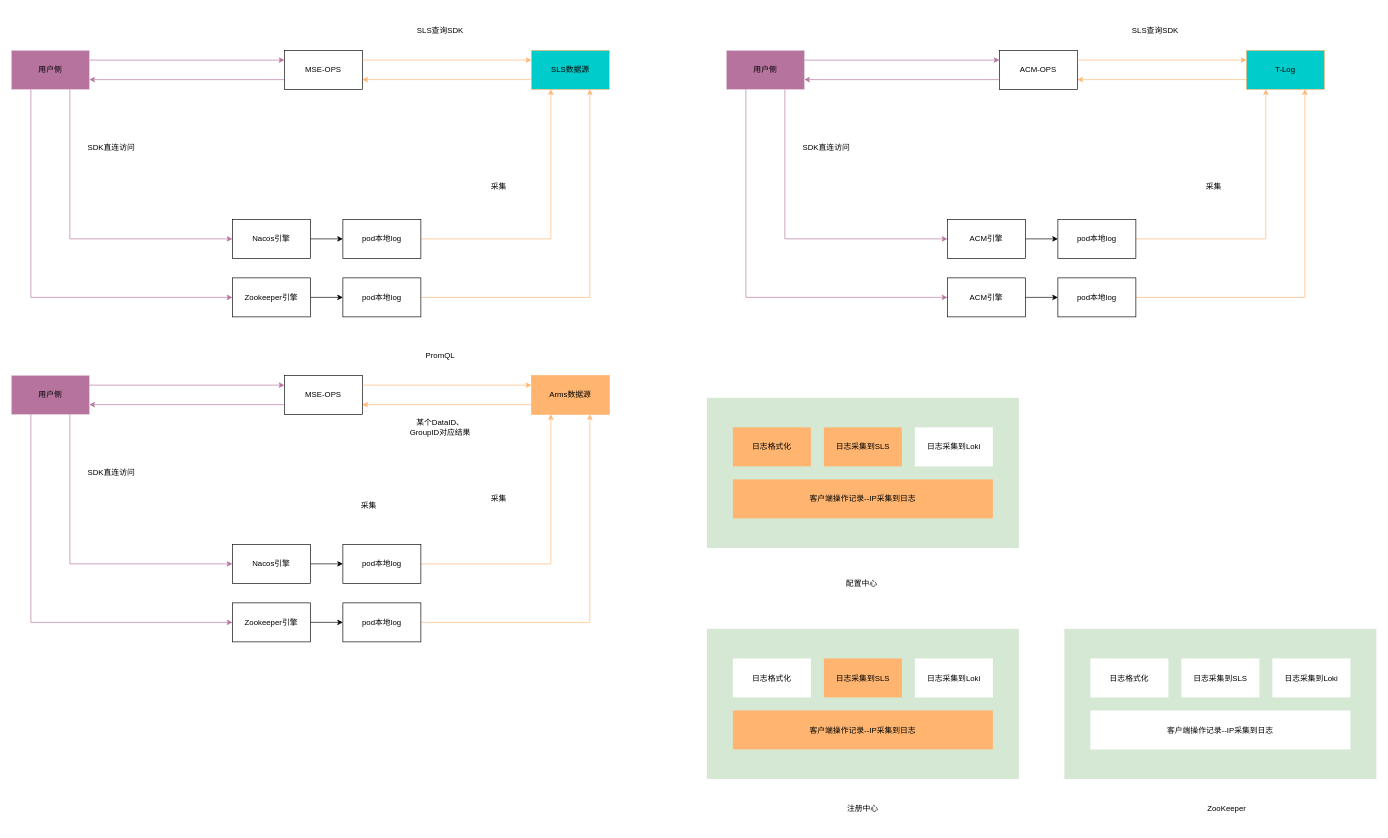
The draw.io diagram 推送轨迹方案设计.drawio in realJackSun/OpenNAT, before the edit. Source tidied: cells renumbered, new cells numbered last; positions are measured from the earlier drawing's top-left corner, leaving out a move shared by most shapes. Both pictures are drawn from the tidied source at 65%, with x=0, y=0 at pixel (11, 11).
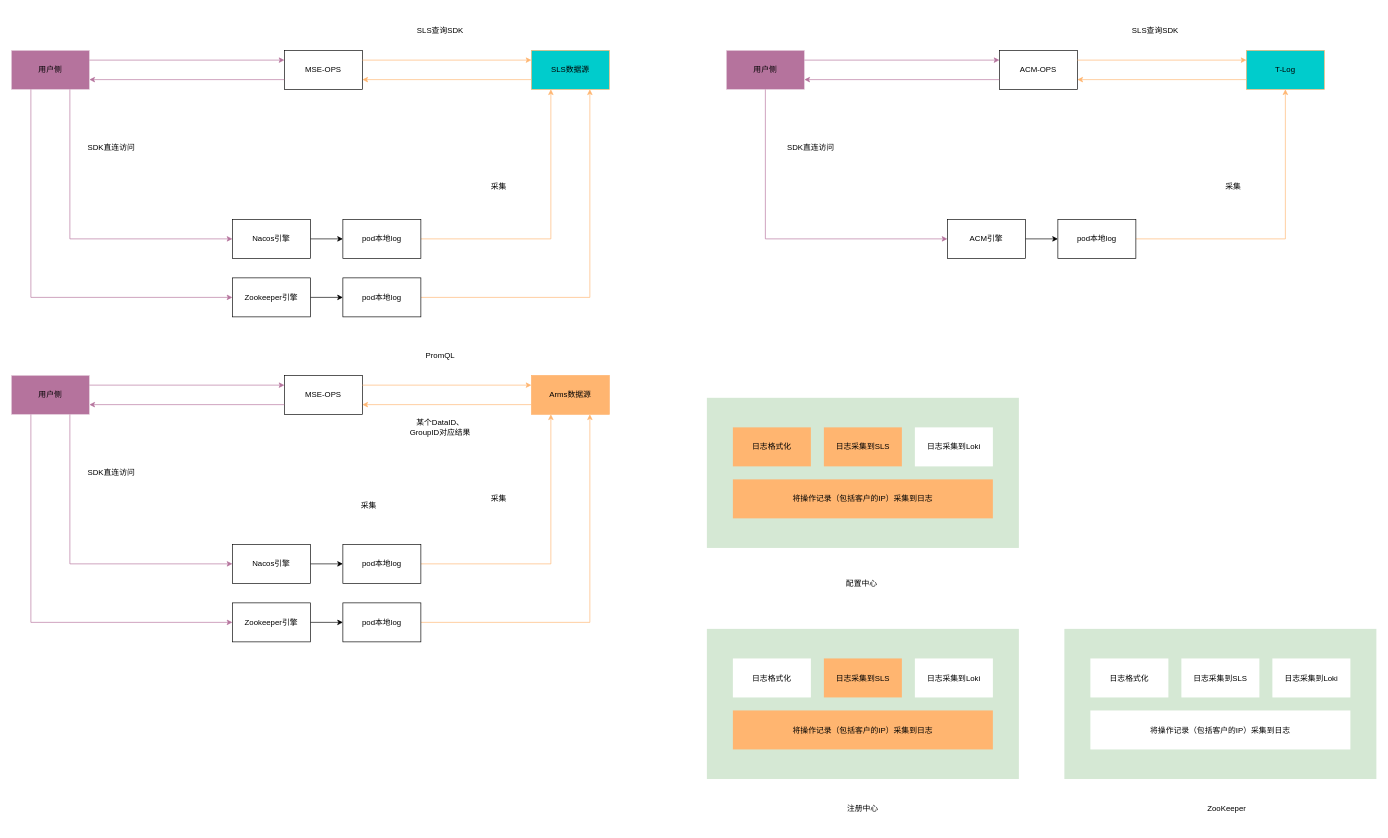
The same page after the edit.

Commit message:
Update 推送轨迹方案设计.drawio

The change refers to these unchanged cells:
```xml
<mxCell id="44" value="用户侧" style="rounded=0;whiteSpace=wrap;html=1;fillColor=#B5739D;strokeColor=#E6D0DE;" parent="1" vertex="1">
  <mxGeometry x="1100" y="60" width="120" height="60" as="geometry" />
</mxCell>
<mxCell id="46" value="T-Log" style="rounded=0;whiteSpace=wrap;html=1;strokeColor=#FFB570;fillColor=#00CCCC;" parent="1" vertex="1">
  <mxGeometry x="1900" y="60" width="120" height="60" as="geometry" />
</mxCell>
<mxCell id="48" value="ACM引擎" style="rounded=0;whiteSpace=wrap;html=1;" parent="1" vertex="1">
  <mxGeometry x="1440" y="320" width="120" height="60" as="geometry" />
</mxCell>
<mxCell id="60" value="pod本地log" style="rounded=0;whiteSpace=wrap;html=1;" parent="1" vertex="1">
  <mxGeometry x="1610" y="320" width="120" height="60" as="geometry" />
</mxCell>
```

What changed in the source:
```diff
@@
     <mxCell id="51" value="SDK直连访问" style="rounded=0;whiteSpace=wrap;html=1;strokeColor=none;" parent="1" vertex="1">
-      <mxGeometry x="1194" y="180" width="120" height="60" as="geometry" />
+      <mxGeometry x="1170" y="180" width="120" height="60" as="geometry" />
     </mxCell>
@@
-    <mxCell id="54" style="edgeStyle=orthogonalEdgeStyle;rounded=0;jettySize=auto;html=1;exitX=1;exitY=0.5;exitDx=0;exitDy=0;entryX=0;entryY=0.5;entryDx=0;entryDy=0;" parent="1" edge="1" source="55" target="61">
-      <mxGeometry relative="1" as="geometry" />
-    </mxCell>
-    <mxCell id="55" value="ACM引擎" style="rounded=0;whiteSpace=wrap;html=1;" parent="1" vertex="1">
-      <mxGeometry x="1440" y="410" width="120" height="60" as="geometry" />
-    </mxCell>
-    <mxCell id="56" style="endArrow=classic;html=1;rounded=0;entryX=0;entryY=0.5;entryDx=0;entryDy=0;exitX=0.75;exitY=1;exitDx=0;exitDy=0;fillColor=#B5739D;strokeColor=#B5739D;" parent="1" edge="1" source="44" target="48">
+    <mxCell id="56" style="endArrow=classic;html=1;rounded=0;entryX=0;entryY=0.5;entryDx=0;entryDy=0;exitX=0.5;exitY=1;exitDx=0;exitDy=0;fillColor=#B5739D;strokeColor=#B5739D;" parent="1" edge="1" source="44" target="48">
       <mxGeometry relative="1" as="geometry">
         <Array as="points">
-          <mxPoint x="1190" y="350" />
+          <mxPoint x="1160" y="350" />
         </Array>
       </mxGeometry>
     </mxCell>
-    <mxCell id="57" style="endArrow=classic;html=1;rounded=0;fillColor=#FFB570;strokeColor=#FFB570;exitX=1;exitY=0.5;exitDx=0;exitDy=0;entryX=0.25;entryY=1;entryDx=0;entryDy=0;" parent="1" edge="1" source="60" target="46">
+    <mxCell id="57" style="endArrow=classic;html=1;rounded=0;fillColor=#FFB570;strokeColor=#FFB570;exitX=1;exitY=0.5;exitDx=0;exitDy=0;" parent="1" edge="1" source="60" target="46">
       <mxGeometry relative="1" as="geometry">
         <Array as="points">
-          <mxPoint x="1930" y="350" />
+          <mxPoint x="1960" y="350" />
         </Array>
       </mxGeometry>
     </mxCell>
-    <mxCell id="58" style="endArrow=classic;html=1;rounded=0;fillColor=#FFB570;strokeColor=#FFB570;exitX=1;exitY=0.5;exitDx=0;exitDy=0;entryX=0.75;entryY=1;entryDx=0;entryDy=0;" parent="1" edge="1" source="61" target="46">
-      <mxGeometry relative="1" as="geometry">
-        <Array as="points">
-          <mxPoint x="1990" y="440" />
-        </Array>
-      </mxGeometry>
-    </mxCell>
-    <mxCell id="59" style="endArrow=classic;html=1;rounded=0;entryX=0;entryY=0.5;entryDx=0;entryDy=0;exitX=0.25;exitY=1;exitDx=0;exitDy=0;fillColor=#B5739D;strokeColor=#B5739D;" parent="1" edge="1" source="44" target="55">
-      <mxGeometry relative="1" as="geometry">
-        <Array as="points">
-          <mxPoint x="1130" y="440" />
-        </Array>
-      </mxGeometry>
-    </mxCell>
@@
-    <mxCell id="61" value="pod本地log" style="rounded=0;whiteSpace=wrap;html=1;" parent="1" vertex="1">
-      <mxGeometry x="1610" y="410" width="120" height="60" as="geometry" />
-    </mxCell>
@@
     <mxCell id="63" value="采集" style="rounded=0;whiteSpace=wrap;html=1;strokeColor=none;" parent="1" vertex="1">
-      <mxGeometry x="1790" y="240" width="120" height="60" as="geometry" />
+      <mxGeometry x="1820" y="240" width="120" height="60" as="geometry" />
     </mxCell>
@@
-    <mxCell id="67" value="客户端操作记录--IP采集到日志" style="rounded=0;whiteSpace=wrap;html=1;fillColor=#FFB570;strokeColor=none;" parent="1" vertex="1">
+    <mxCell id="67" value="将操作记录（包括客户的IP）采集到日志" style="rounded=0;whiteSpace=wrap;html=1;fillColor=#FFB570;strokeColor=none;" parent="1" vertex="1">
       <mxGeometry x="1110" y="720" width="400" height="60" as="geometry" />
     </mxCell>
@@
-    <mxCell id="74" value="客户端操作记录--IP采集到日志" style="rounded=0;whiteSpace=wrap;html=1;strokeColor=none;" parent="1" vertex="1">
+    <mxCell id="74" value="将操作记录（包括客户的IP）采集到日志" style="rounded=0;whiteSpace=wrap;html=1;strokeColor=none;" parent="1" vertex="1">
       <mxGeometry x="1660" y="1075.5" width="400" height="60" as="geometry" />
     </mxCell>
@@
-    <mxCell id="80" value="客户端操作记录--IP采集到日志" style="rounded=0;whiteSpace=wrap;html=1;fillColor=#FFB570;strokeColor=none;" parent="1" vertex="1">
+    <mxCell id="80" value="将操作记录（包括客户的IP）采集到日志" style="rounded=0;whiteSpace=wrap;html=1;fillColor=#FFB570;strokeColor=none;" parent="1" vertex="1">
       <mxGeometry x="1110" y="1075.5" width="400" height="60" as="geometry" />
     </mxCell>
```
